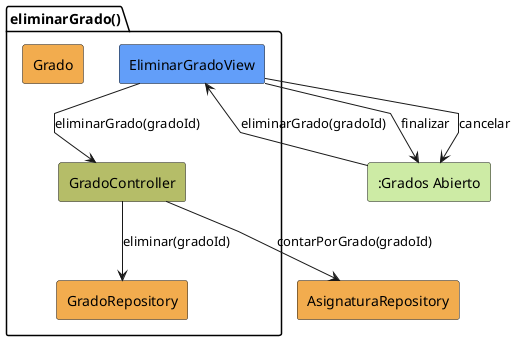
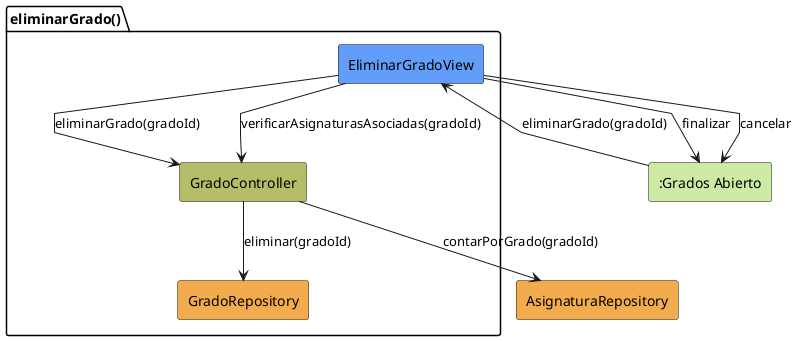
@startuml eliminarGrado-analisis
skinparam linetype polyline

rectangle #CDEBA5 ":Grados Abierto" as GradosAbierto

package eliminarGrado as "eliminarGrado()" {
    rectangle #629EF9 EliminarGradoView
    rectangle #b5bd68 GradoController
    rectangle #F2AC4E GradoRepository
-     rectangle #F2AC4E Grado
}

rectangle #F2AC4E AsignaturaRepository

GradosAbierto --> EliminarGradoView : eliminarGrado(gradoId)

EliminarGradoView --> GradoController : eliminarGrado(gradoId)
+ EliminarGradoView --> GradoController : verificarAsignaturasAsociadas(gradoId)

GradoController --> AsignaturaRepository : contarPorGrado(gradoId)

GradoController --> GradoRepository : eliminar(gradoId)

EliminarGradoView --> GradosAbierto : finalizar
EliminarGradoView --> GradosAbierto : cancelar

@enduml